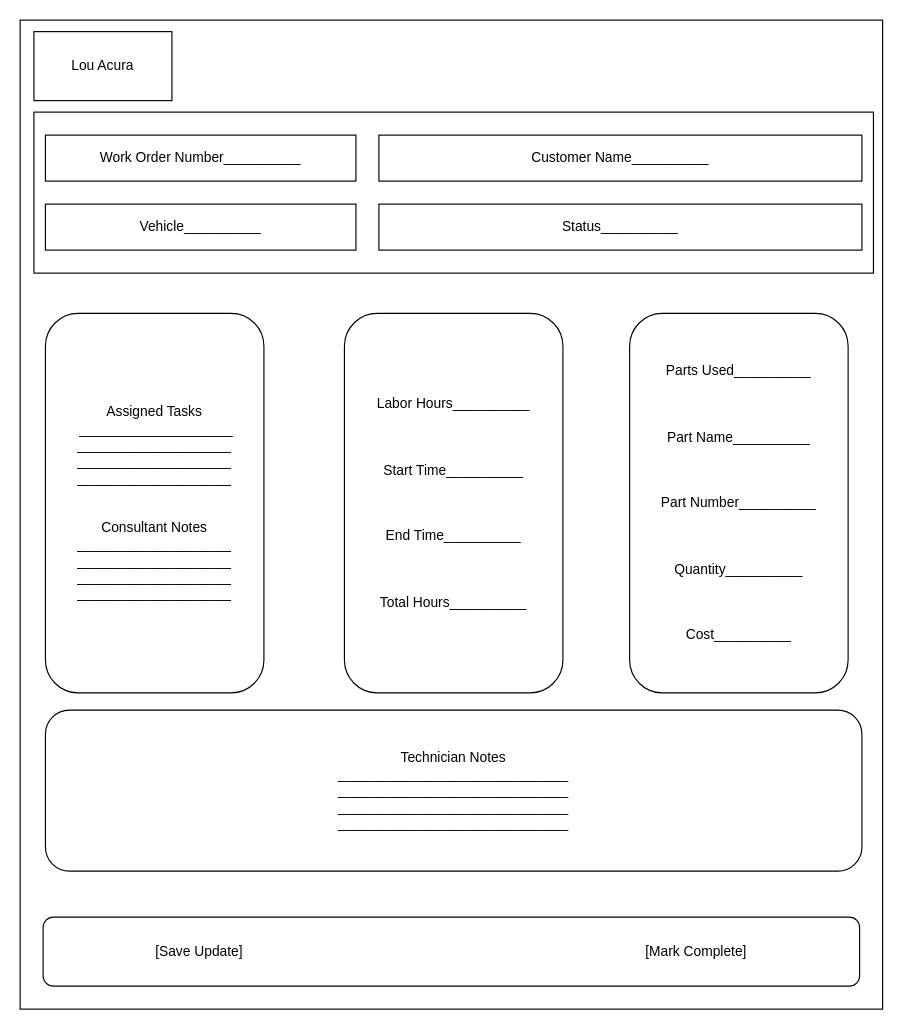
LSirg24/LSirg24.github.io keeps this draw.io diagram as page "Page-2" (2 of 2) of Untitled Diagram.drawio. Above is the earlier version. Source tidied: cells renumbered, new cells numbered last; positions are measured from the earlier drawing's top-left corner, leaving out a move shared by most shapes. Both pictures are drawn from the tidied source at 115%, with x=0, y=0 at pixel (20, 20).
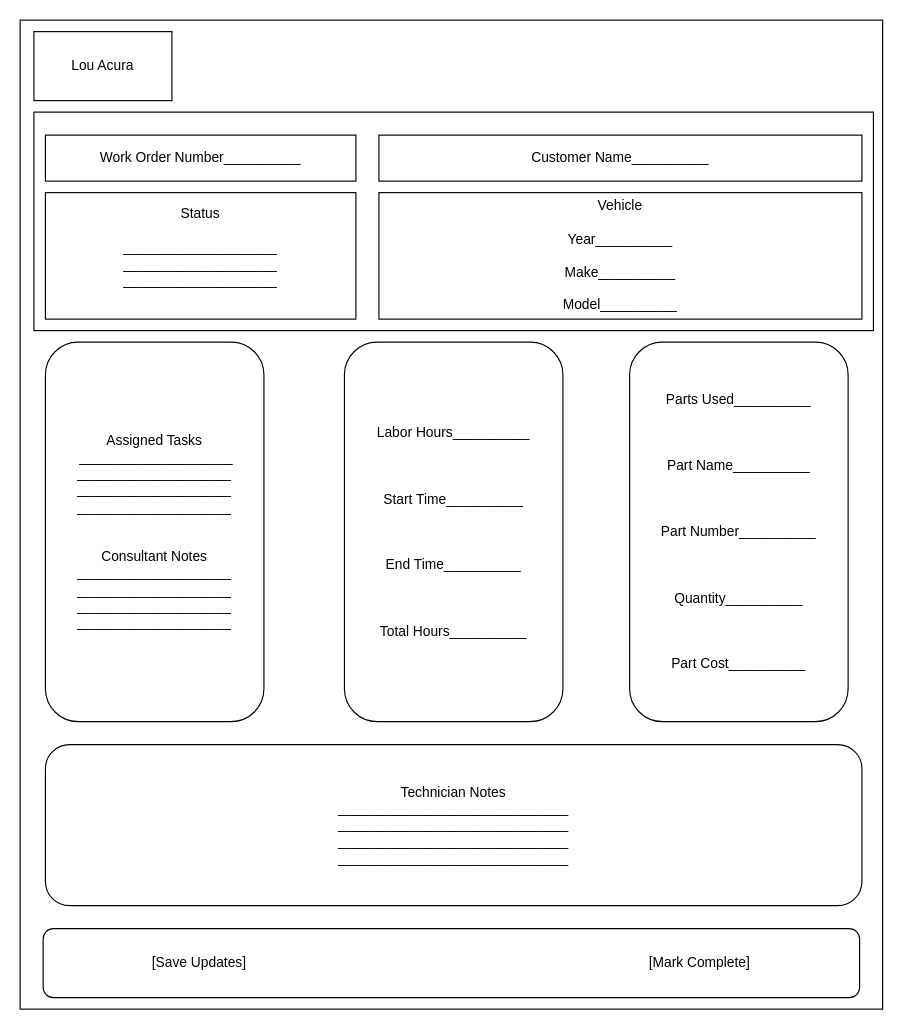
The same diagram, later.

Diff of the diagram source:
```diff
@@
 <mxGraphModel>
   <root>
     <mxCell id="0" />
     <mxCell id="1" parent="0" />
     <mxCell id="2" style="rounded=0;whiteSpace=wrap;html=1;" parent="1" vertex="1">
       <mxGeometry width="750" height="860" as="geometry" />
     </mxCell>
     <mxCell id="3" value="Lou Acura" style="rounded=0;whiteSpace=wrap;html=1;" parent="1" vertex="1">
       <mxGeometry x="12" y="10" width="120" height="60" as="geometry" />
     </mxCell>
     <mxCell id="4" style="rounded=0;whiteSpace=wrap;html=1;" parent="1" vertex="1">
-      <mxGeometry x="12" y="80" width="730" height="140" as="geometry" />
+      <mxGeometry x="12" y="80" width="730" height="190" as="geometry" />
     </mxCell>
     <mxCell id="5" value="Work Order Number__________" style="rounded=0;whiteSpace=wrap;html=1;" parent="1" vertex="1">
       <mxGeometry x="22" y="100" width="270" height="40" as="geometry" />
     </mxCell>
     <mxCell id="6" value="Customer Name__________" style="rounded=0;whiteSpace=wrap;html=1;" parent="1" vertex="1">
       <mxGeometry x="312" y="100" width="420" height="40" as="geometry" />
     </mxCell>
     <mxCell id="7" value="&lt;div&gt;Assigned Tasks&lt;/div&gt;&lt;div&gt;&amp;nbsp;____________________&lt;/div&gt;&lt;div&gt;____________________&lt;/div&gt;&lt;div&gt;____________________&lt;/div&gt;&lt;div&gt;____________________&lt;/div&gt;&lt;div&gt;&lt;br&gt;&lt;/div&gt;&lt;div&gt;&lt;br&gt;&lt;/div&gt;&lt;div&gt;Consultant Notes&lt;/div&gt;&lt;div&gt;____________________&lt;/div&gt;&lt;div&gt;____________________&lt;/div&gt;&lt;div&gt;____________________&lt;/div&gt;&lt;div&gt;____________________&lt;/div&gt;" style="rounded=1;whiteSpace=wrap;html=1;" parent="1" vertex="1">
-      <mxGeometry x="22" y="255" width="190" height="330" as="geometry" />
+      <mxGeometry x="22" y="280" width="190" height="330" as="geometry" />
     </mxCell>
-    <mxCell id="8" value="&lt;div&gt;Parts Used__________&lt;/div&gt;&lt;div&gt;&lt;br&gt;&lt;/div&gt;&lt;div&gt;&lt;br&gt;&lt;/div&gt;&lt;div&gt;&lt;br&gt;&lt;/div&gt;&lt;div&gt;Part Name__________&lt;/div&gt;&lt;div&gt;&lt;br&gt;&lt;/div&gt;&lt;div&gt;&lt;br&gt;&lt;/div&gt;&lt;div&gt;&lt;br&gt;&lt;/div&gt;&lt;div&gt;Part Number__________&lt;/div&gt;&lt;div&gt;&lt;br&gt;&lt;/div&gt;&lt;div&gt;&lt;br&gt;&lt;/div&gt;&lt;div&gt;&lt;br&gt;&lt;/div&gt;&lt;div&gt;Quantity__________&lt;/div&gt;&lt;div&gt;&lt;br&gt;&lt;/div&gt;&lt;div&gt;&lt;br&gt;&lt;/div&gt;&lt;div&gt;&lt;br&gt;&lt;/div&gt;&lt;div&gt;Cost__________&lt;/div&gt;" style="rounded=1;whiteSpace=wrap;html=1;" parent="1" vertex="1">
-      <mxGeometry x="530" y="255" width="190" height="330" as="geometry" />
+    <mxCell id="8" value="&lt;div&gt;Parts Used__________&lt;/div&gt;&lt;div&gt;&lt;br&gt;&lt;/div&gt;&lt;div&gt;&lt;br&gt;&lt;/div&gt;&lt;div&gt;&lt;br&gt;&lt;/div&gt;&lt;div&gt;Part Name__________&lt;/div&gt;&lt;div&gt;&lt;br&gt;&lt;/div&gt;&lt;div&gt;&lt;br&gt;&lt;/div&gt;&lt;div&gt;&lt;br&gt;&lt;/div&gt;&lt;div&gt;Part Number__________&lt;/div&gt;&lt;div&gt;&lt;br&gt;&lt;/div&gt;&lt;div&gt;&lt;br&gt;&lt;/div&gt;&lt;div&gt;&lt;br&gt;&lt;/div&gt;&lt;div&gt;Quantity__________&lt;/div&gt;&lt;div&gt;&lt;br&gt;&lt;/div&gt;&lt;div&gt;&lt;br&gt;&lt;/div&gt;&lt;div&gt;&lt;br&gt;&lt;/div&gt;&lt;div&gt;Part Cost__________&lt;/div&gt;" style="rounded=1;whiteSpace=wrap;html=1;" parent="1" vertex="1">
+      <mxGeometry x="530" y="280" width="190" height="330" as="geometry" />
     </mxCell>
     <mxCell id="9" value="&lt;div&gt;Labor Hours__________&lt;/div&gt;&lt;div&gt;&lt;br&gt;&lt;/div&gt;&lt;div&gt;&lt;br&gt;&lt;/div&gt;&lt;div&gt;&lt;br&gt;&lt;/div&gt;&lt;div&gt;Start Time__________&lt;/div&gt;&lt;div&gt;&lt;br&gt;&lt;/div&gt;&lt;div&gt;&lt;br&gt;&lt;/div&gt;&lt;div&gt;&lt;br&gt;&lt;/div&gt;&lt;div&gt;End Time__________&lt;/div&gt;&lt;div&gt;&lt;br&gt;&lt;/div&gt;&lt;div&gt;&lt;br&gt;&lt;/div&gt;&lt;div&gt;&lt;br&gt;&lt;/div&gt;Total Hours__________" style="rounded=1;whiteSpace=wrap;html=1;" parent="1" vertex="1">
-      <mxGeometry x="282" y="255" width="190" height="330" as="geometry" />
+      <mxGeometry x="282" y="280" width="190" height="330" as="geometry" />
     </mxCell>
     <mxCell id="10" value="&lt;div&gt;Technician Notes&lt;/div&gt;&lt;div&gt;______________________________&lt;/div&gt;&lt;div&gt;______________________________&lt;/div&gt;&lt;div&gt;______________________________&lt;/div&gt;&lt;div&gt;______________________________&lt;/div&gt;" style="rounded=1;whiteSpace=wrap;html=1;align=center;" parent="1" vertex="1">
-      <mxGeometry x="22" y="600" width="710" height="140" as="geometry" />
+      <mxGeometry x="22" y="630" width="710" height="140" as="geometry" />
     </mxCell>
-    <mxCell id="11" value="[Save Update]&amp;nbsp; &amp;nbsp; &amp;nbsp; &amp;nbsp; &amp;nbsp; &amp;nbsp; &amp;nbsp; &amp;nbsp; &amp;nbsp; &amp;nbsp; &amp;nbsp; &amp;nbsp; &amp;nbsp; &amp;nbsp; &amp;nbsp; &amp;nbsp; &amp;nbsp; &amp;nbsp; &amp;nbsp; &amp;nbsp; &amp;nbsp; &amp;nbsp; &amp;nbsp; &amp;nbsp; &amp;nbsp; &amp;nbsp; &amp;nbsp; &amp;nbsp; &amp;nbsp; &amp;nbsp; &amp;nbsp; &amp;nbsp; &amp;nbsp; &amp;nbsp; &amp;nbsp; &amp;nbsp; &amp;nbsp; &amp;nbsp; &amp;nbsp; &amp;nbsp; &amp;nbsp; &amp;nbsp; &amp;nbsp; &amp;nbsp; &amp;nbsp; &amp;nbsp; &amp;nbsp; &amp;nbsp; &amp;nbsp; &amp;nbsp; &amp;nbsp; &amp;nbsp; &amp;nbsp;[Mark Complete] " style="rounded=1;whiteSpace=wrap;html=1;" parent="1" vertex="1">
-      <mxGeometry x="20" y="780" width="710" height="60" as="geometry" />
+    <mxCell id="11" value="[Save Updates]&amp;nbsp; &amp;nbsp; &amp;nbsp; &amp;nbsp; &amp;nbsp; &amp;nbsp; &amp;nbsp; &amp;nbsp; &amp;nbsp; &amp;nbsp; &amp;nbsp; &amp;nbsp; &amp;nbsp; &amp;nbsp; &amp;nbsp; &amp;nbsp; &amp;nbsp; &amp;nbsp; &amp;nbsp; &amp;nbsp; &amp;nbsp; &amp;nbsp; &amp;nbsp; &amp;nbsp; &amp;nbsp; &amp;nbsp; &amp;nbsp; &amp;nbsp; &amp;nbsp; &amp;nbsp; &amp;nbsp; &amp;nbsp; &amp;nbsp; &amp;nbsp; &amp;nbsp; &amp;nbsp; &amp;nbsp; &amp;nbsp; &amp;nbsp; &amp;nbsp; &amp;nbsp; &amp;nbsp; &amp;nbsp; &amp;nbsp; &amp;nbsp; &amp;nbsp; &amp;nbsp; &amp;nbsp; &amp;nbsp; &amp;nbsp; &amp;nbsp; &amp;nbsp; &amp;nbsp;[Mark Complete] " style="rounded=1;whiteSpace=wrap;html=1;" parent="1" vertex="1">
+      <mxGeometry x="20" y="790" width="710" height="60" as="geometry" />
     </mxCell>
-    <mxCell id="12" value="Vehicle__________" style="rounded=0;whiteSpace=wrap;html=1;" parent="1" vertex="1">
-      <mxGeometry x="22" y="160" width="270" height="40" as="geometry" />
+    <mxCell id="12" value="&lt;div&gt;Status&lt;/div&gt;&lt;div&gt;&lt;br&gt;&lt;/div&gt;&lt;div&gt;____________________&lt;/div&gt;&lt;div&gt;____________________&lt;/div&gt;&lt;div&gt;____________________&lt;/div&gt;&lt;div&gt;&lt;br&gt;&lt;/div&gt;" style="rounded=0;whiteSpace=wrap;html=1;" parent="1" vertex="1">
+      <mxGeometry x="22" y="150" width="270" height="110" as="geometry" />
     </mxCell>
-    <mxCell id="13" value="Status__________" style="rounded=0;whiteSpace=wrap;html=1;" parent="1" vertex="1">
-      <mxGeometry x="312" y="160" width="420" height="40" as="geometry" />
+    <mxCell id="13" value="&lt;div&gt;Vehicle&lt;/div&gt;&lt;div&gt;&lt;br&gt;&lt;/div&gt;&lt;div&gt;Year__________&lt;/div&gt;&lt;div&gt;&lt;br&gt;&lt;/div&gt;&lt;div&gt;Make__________&lt;/div&gt;&lt;div&gt;&lt;br&gt;&lt;/div&gt;&lt;div&gt;Model__________&lt;/div&gt;" style="rounded=0;whiteSpace=wrap;html=1;" parent="1" vertex="1">
+      <mxGeometry x="312" y="150" width="420" height="110" as="geometry" />
     </mxCell>
   </root>
 </mxGraphModel>
```
